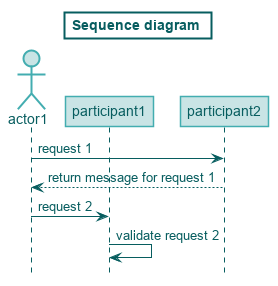
Earlier version of the PlantUML export voorbeelden/sequencediagram.png (idsvanderzee/PlantUMLISStijl).
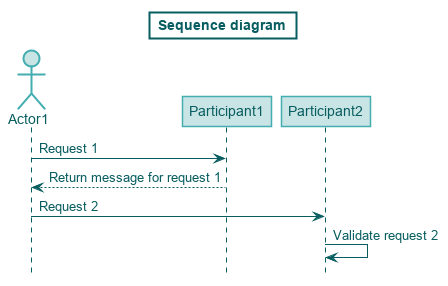
The same file after the commit.

Diff of the diagram source:
```diff
@@ -50,7 +50,7 @@
     }
 
     package {
-        BackgroundColor #C9E4E5
+        BackgroundColor white
         BorderColor #43ADB0
     }
 
@@ -65,7 +65,7 @@
     }
 
     node {
-        BackgroundColor #C9E4E5
+        BackgroundColor #D9F7F8
         BorderColor #43ADB0
     }
 
@@ -98,13 +98,13 @@
 }
 
 Title Sequence diagram
-actor actor1 as a1
-participant participant1 as p1
-participant participant2 as p2
+actor Actor1 as a1
+participant Participant1 as p1
+participant Participant2 as p2
 
-a1 -> p2: request 1
-p2 --> a1: return message for request 1
-a1 -> p1: request 2
-p1 -> p1: validate request 2
+a1 -> p1: Request 1
+a1 <-- p1: Return message for request 1
+a1 -> p2: Request 2
+p2 -> p2: Validate request 2
 
 @enduml
```
